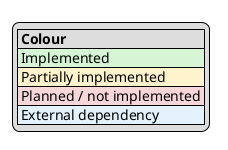
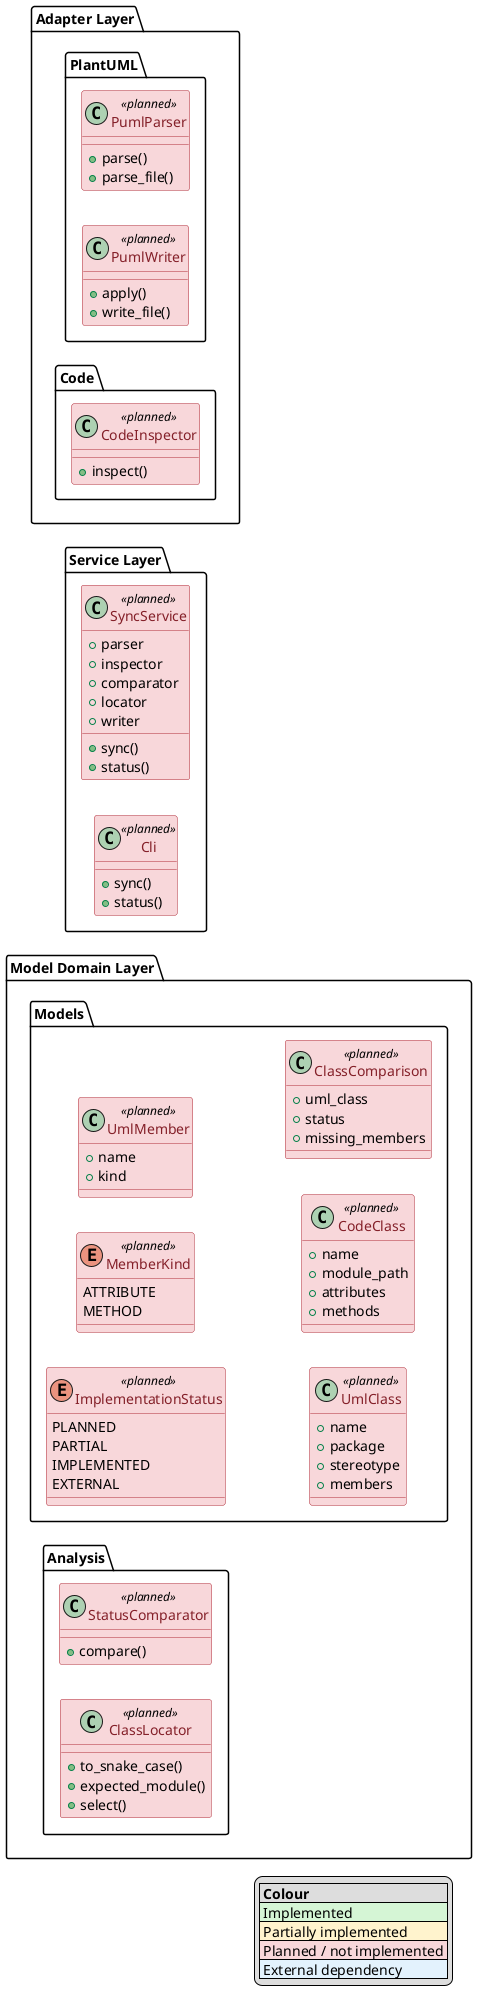
@startuml
left to right direction
skinparam linetype ortho
skinparam class {
    BackgroundColor<<implemented>> #D5F5D5
    BorderColor<<implemented>> #2E7D32
    FontColor<<implemented>> #1B5E20

    BackgroundColor<<partial>> #FFF3CD
    BorderColor<<partial>> #B8860B
    FontColor<<partial>> #7A5600

    BackgroundColor<<planned>> #F8D7DA
    BorderColor<<planned>> #B02A37
    FontColor<<planned>> #842029

    BackgroundColor<<external>> #E3F2FD
    BorderColor<<external>> #1565C0
    FontColor<<external>> #0D47A1
}

legend right
|= Colour |
|<#D5F5D5> Implemented |
|<#FFF3CD> Partially implemented |
|<#F8D7DA> Planned / not implemented |
|<#E3F2FD> External dependency |
endlegend

' 0 = hide dependency lines
' 1 = show dependency lines
!$SHOW_DEPENDENCIES = 0


'=============================================================================='
'Service Layer'
'=============================================================================='

+ package "Service Layer" {
+     class SyncService <<planned>> {
+         +parser
+         +inspector
+         +comparator
+         +locator
+         +writer
+         +sync()
+         +status()
+     }
+ 
+ 
+     class Cli <<planned>> {
+         +sync()
+         +status()
+     }
+ }


'=============================================================================='
'Model Domain'
'=============================================================================='

+ package "Model Domain Layer" {

+     package "Models" {
+         enum ImplementationStatus <<planned>> {
+             PLANNED
+             PARTIAL
+             IMPLEMENTED
+             EXTERNAL
+         }
+ 
+ 
+         enum MemberKind <<planned>> {
+             ATTRIBUTE
+             METHOD
+         }
+ 
+ 
+         class UmlMember <<planned>> {
+             +name
+             +kind
+         }
+ 
+ 
+         class UmlClass <<planned>> {
+             +name
+             +package
+             +stereotype
+             +members
+         }
+ 
+ 
+         class CodeClass <<planned>> {
+             +name
+             +module_path
+             +attributes
+             +methods
+         }
+ 
+         class ClassComparison <<planned>> {
+             +uml_class
+             +status
+             +missing_members
+         }
+     }
+ 
+     package "Analysis" {
+ 
+         class StatusComparator <<planned>> {
+             +compare()
+         }
+ 
+         class ClassLocator <<planned>> {
+             +to_snake_case()
+             +expected_module()
+             +select()
+         }
+     }
+ }


'=============================================================================='
'Adapter Layer'
'=============================================================================='

+ package "Adapter Layer" {
+ 
+     package "PlantUML" {
+ 
+         class PumlParser <<planned>> {
+             +parse()
+             +parse_file()
+         }
+ 
+         class PumlWriter <<planned>> {
+             +apply()
+             +write_file()
+         }
+     }
+ 
+     package "Code" {
+ 
+         class CodeInspector <<planned>> {
+             +inspect()
+         }
+     }
+ }


'=============================================================================='
'Broken Links'
'=============================================================================='

+ !if ($SHOW_DEPENDENCIES == 1)
+ Cli --> SyncService
+ SyncService --> PumlParser
+ SyncService --> CodeInspector
+ SyncService --> StatusComparator
+ SyncService --> ClassLocator
+ SyncService --> PumlWriter
+ PumlParser ..> UmlClass
+ CodeInspector ..> CodeClass
+ StatusComparator ..> ClassComparison
+ StatusComparator ..> ImplementationStatus
+ UmlClass ..> UmlMember
+ UmlMember ..> MemberKind
+ !endif

@enduml
- 
- 
- 
- '!if ($SHOW_DEPENDENCIES == 1)'
